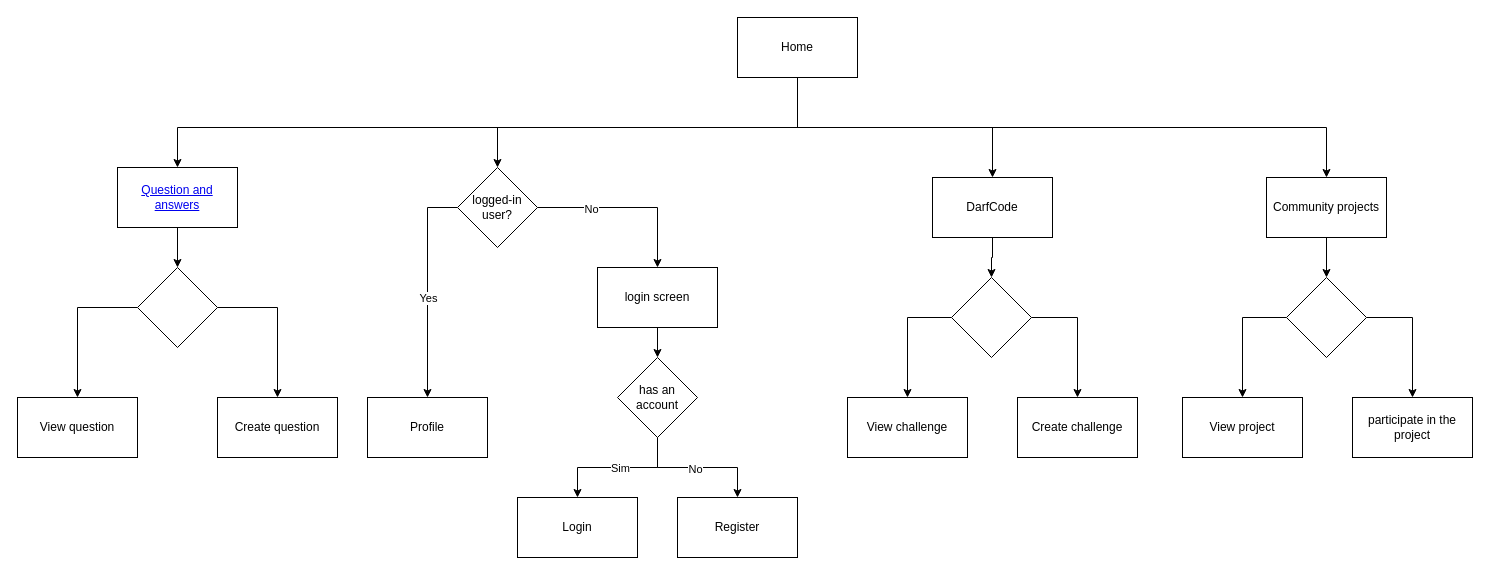
This is page "Navegação" (1 of 2) of Diagrama sem nome.drawio from Mined-Development-Company/Community, a draw.io file, before an edit. Source tidied: cells renumbered, new cells numbered last; positions are measured from the earlier drawing's top-left corner, leaving out a move shared by most shapes. Both pictures are drawn from the tidied source at 100%, with x=0, y=0 at pixel (17, 17).
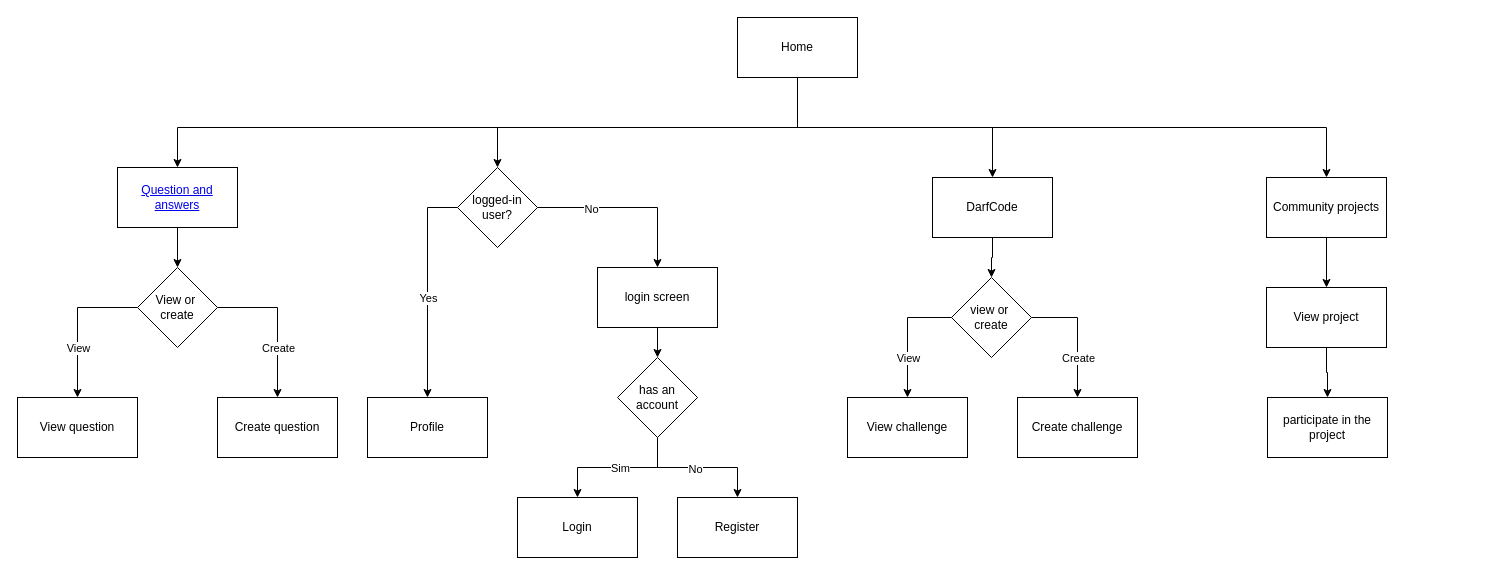
Above is the later version.

The change refers to these unchanged cells:
```xml
<mxCell id="9" style="edgeStyle=orthogonalEdgeStyle;rounded=0;jettySize=auto;html=1;entryX=0.5;entryY=0;entryDx=0;entryDy=0;" parent="1" edge="1" source="11" target="12">
  <mxGeometry relative="1" as="geometry">
    <Array as="points">
      <mxPoint x="60" y="290" />
    </Array>
  </mxGeometry>
</mxCell>
<mxCell id="10" style="edgeStyle=orthogonalEdgeStyle;rounded=0;jettySize=auto;html=1;exitX=1;exitY=0.5;exitDx=0;exitDy=0;entryX=0.5;entryY=0;entryDx=0;entryDy=0;" parent="1" edge="1" source="11" target="13">
  <mxGeometry relative="1" as="geometry" />
</mxCell>
<mxCell id="18" style="edgeStyle=orthogonalEdgeStyle;rounded=0;jettySize=auto;html=1;entryX=0.5;entryY=0;entryDx=0;entryDy=0;" parent="1" edge="1" source="20" target="17">
  <mxGeometry relative="1" as="geometry">
    <Array as="points">
      <mxPoint x="890" y="300" />
    </Array>
  </mxGeometry>
</mxCell>
<mxCell id="19" style="edgeStyle=orthogonalEdgeStyle;rounded=0;jettySize=auto;html=1;entryX=0.5;entryY=0;entryDx=0;entryDy=0;" parent="1" edge="1" source="20" target="21">
  <mxGeometry relative="1" as="geometry">
    <Array as="points">
      <mxPoint x="1060" y="300" />
    </Array>
  </mxGeometry>
</mxCell>
<mxCell id="23" value="Community projects" style="rounded=0;whiteSpace=wrap;html=1;" parent="1" vertex="1">
  <mxGeometry x="1249" y="160" width="120" height="60" as="geometry" />
</mxCell>
```

Diff of the diagram source:
```diff
@@
+    <mxCell id="43" value="View" style="edgeLabel;html=1;align=center;verticalAlign=middle;" parent="9" vertex="1">
+      <mxGeometry x="0.32" y="2" relative="1" as="geometry">
+        <mxPoint x="-2" y="1" as="offset" />
+      </mxGeometry>
+    </mxCell>
@@
+    <mxCell id="44" value="Create" style="edgeLabel;html=1;align=center;verticalAlign=middle;" parent="10" vertex="1">
+      <mxGeometry x="0.33" y="-3" relative="1" as="geometry">
+        <mxPoint x="3" as="offset" />
+      </mxGeometry>
+    </mxCell>
-    <mxCell id="11" style="rhombus;whiteSpace=wrap;html=1;" parent="1" vertex="1">
+    <mxCell id="11" value="View or&amp;nbsp; create" style="rhombus;whiteSpace=wrap;html=1;" parent="1" vertex="1">
       <mxGeometry x="120" y="250" width="80" height="80" as="geometry" />
     </mxCell>
@@
+    <mxCell id="45" value="View" style="edgeLabel;html=1;align=center;verticalAlign=middle;" parent="18" vertex="1">
+      <mxGeometry x="0.21" y="-1" relative="1" as="geometry">
+        <mxPoint x="1" y="9" as="offset" />
+      </mxGeometry>
+    </mxCell>
@@
+    <mxCell id="46" value="Create" style="edgeLabel;html=1;align=center;verticalAlign=middle;" parent="19" vertex="1">
+      <mxGeometry x="0.21" y="1" relative="1" as="geometry">
+        <mxPoint x="-1" y="10" as="offset" />
+      </mxGeometry>
+    </mxCell>
-    <mxCell id="20" style="rhombus;whiteSpace=wrap;html=1;" parent="1" vertex="1">
+    <mxCell id="20" value="view or&amp;nbsp; create" style="rhombus;whiteSpace=wrap;html=1;" parent="1" vertex="1">
       <mxGeometry x="934" y="260" width="80" height="80" as="geometry" />
     </mxCell>
@@
-    <mxCell id="22" style="edgeStyle=orthogonalEdgeStyle;rounded=0;jettySize=auto;html=1;entryX=0.5;entryY=0;entryDx=0;entryDy=0;" parent="1" edge="1" source="23" target="27">
+    <mxCell id="22" style="edgeStyle=orthogonalEdgeStyle;rounded=0;jettySize=auto;html=1;entryX=0.5;entryY=0;entryDx=0;entryDy=0;" parent="1" edge="1" source="23" target="24">
       <mxGeometry relative="1" as="geometry" />
     </mxCell>
@@
+    <mxCell id="47" style="edgeStyle=orthogonalEdgeStyle;rounded=0;jettySize=auto;html=1;entryX=0.5;entryY=0;entryDx=0;entryDy=0;" parent="1" edge="1" source="24" target="28">
+      <mxGeometry relative="1" as="geometry" />
+    </mxCell>
     <mxCell id="24" value="View project" style="rounded=0;whiteSpace=wrap;html=1;" parent="1" vertex="1">
-      <mxGeometry x="1165" y="380" width="120" height="60" as="geometry" />
+      <mxGeometry x="1249" y="270" width="120" height="60" as="geometry" />
     </mxCell>
-    <mxCell id="25" style="edgeStyle=orthogonalEdgeStyle;rounded=0;jettySize=auto;html=1;entryX=0.5;entryY=0;entryDx=0;entryDy=0;" parent="1" edge="1" source="27" target="24">
-      <mxGeometry relative="1" as="geometry">
-        <Array as="points">
-          <mxPoint x="1225" y="300" />
-        </Array>
-      </mxGeometry>
-    </mxCell>
-    <mxCell id="26" style="edgeStyle=orthogonalEdgeStyle;rounded=0;jettySize=auto;html=1;entryX=0.5;entryY=0;entryDx=0;entryDy=0;" parent="1" edge="1" source="27" target="28">
-      <mxGeometry relative="1" as="geometry">
-        <Array as="points">
-          <mxPoint x="1395" y="300" />
-        </Array>
-      </mxGeometry>
-    </mxCell>
-    <mxCell id="27" style="rhombus;whiteSpace=wrap;html=1;" parent="1" vertex="1">
-      <mxGeometry x="1269" y="260" width="80" height="80" as="geometry" />
-    </mxCell>
     <mxCell id="28" value="participate in the project" style="rounded=0;whiteSpace=wrap;html=1;" parent="1" vertex="1">
-      <mxGeometry x="1335" y="380" width="120" height="60" as="geometry" />
+      <mxGeometry x="1250" y="380" width="120" height="60" as="geometry" />
     </mxCell>
```
